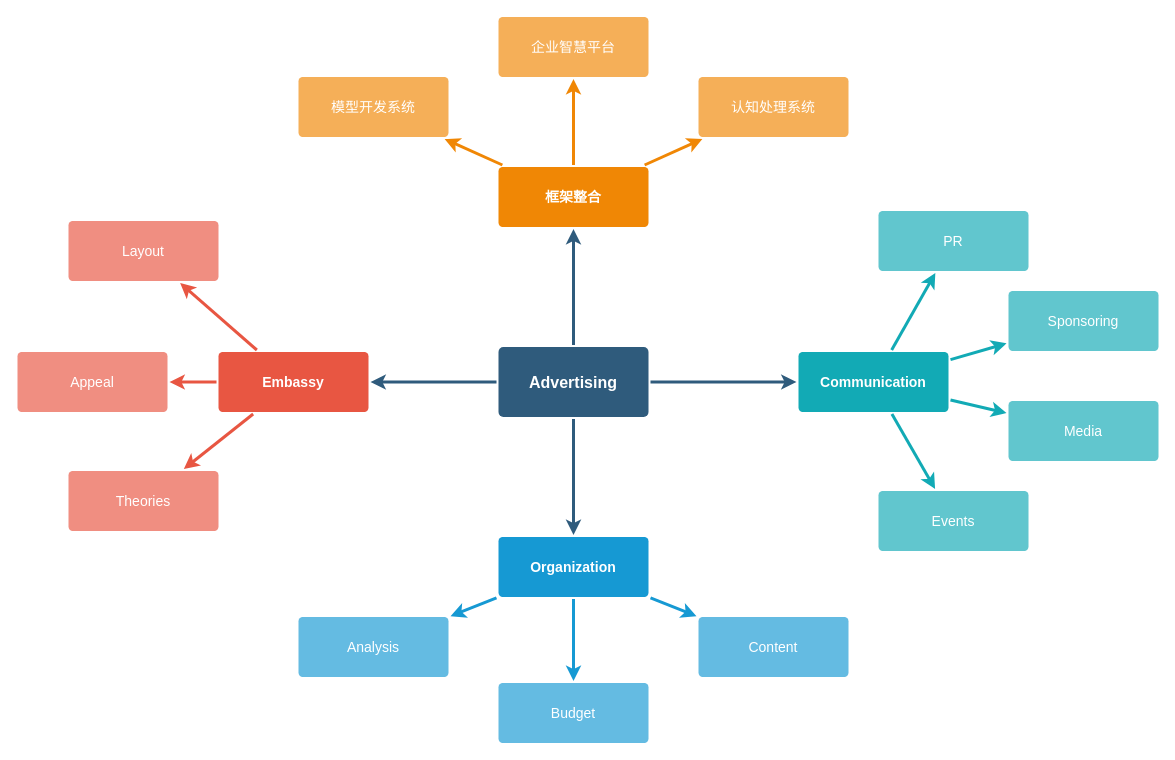
This is 未命名绘图.drawio from YuanFeis/drowio, a draw.io file, before an edit. Source tidied: cells renumbered, new cells numbered last; positions are measured from the earlier drawing's top-left corner, leaving out a move shared by most shapes. Both pictures are drawn from the tidied source at 100%, with x=0, y=0 at pixel (17, 16).
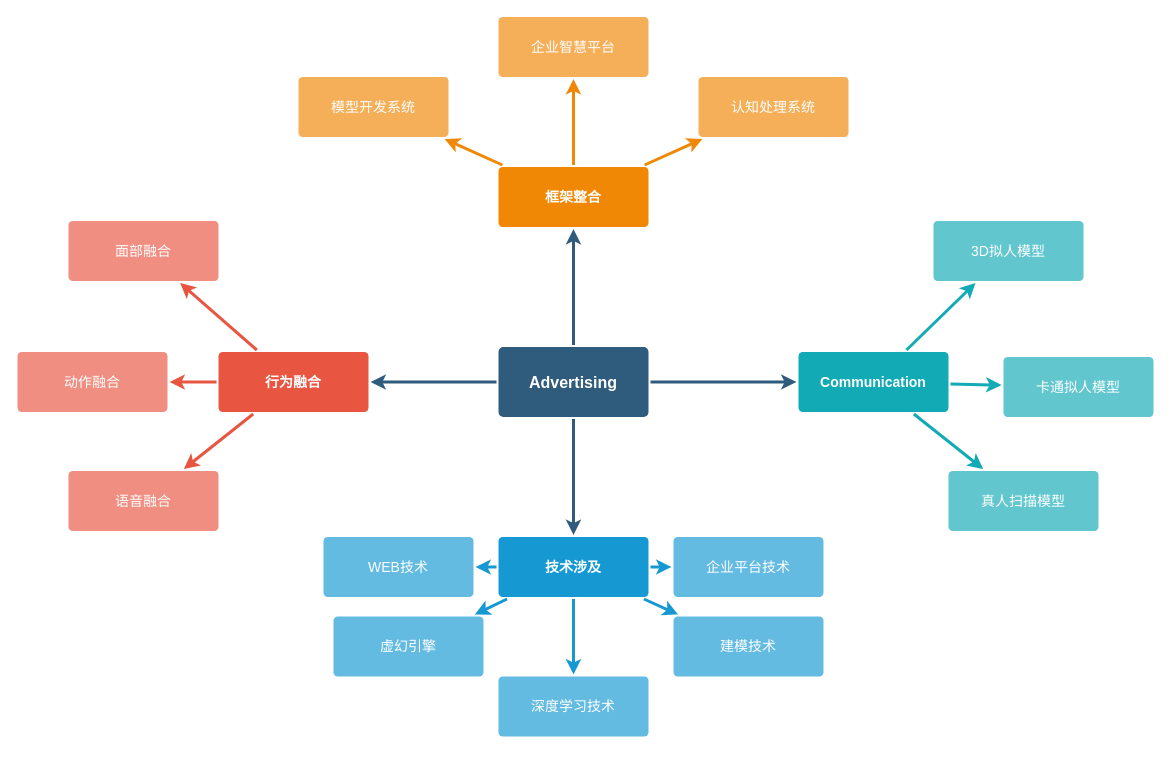
The same diagram, later.

Commit message (it also covers changes not shown here):
更新未命名绘图.drawio

The change refers to these unchanged cells:
```xml
<mxCell id="28" value="Communication" style="rounded=1;whiteSpace=wrap;html=1;shadow=0;labelBackgroundColor=none;strokeColor=none;strokeWidth=3;fillColor=#12aab5;fontFamily=Helvetica;fontSize=14;fontColor=#FFFFFF;align=center;spacing=5;fontStyle=1;arcSize=7;perimeterSpacing=2;" parent="1" vertex="1">
  <mxGeometry x="781" y="335.5" width="150" height="60" as="geometry" />
</mxCell>
```

The edit, as a diff of the source:
```diff
@@
-    <mxCell id="10" value="Embassy" style="rounded=1;whiteSpace=wrap;html=1;shadow=0;labelBackgroundColor=none;strokeColor=none;strokeWidth=3;fillColor=#e85642;fontFamily=Helvetica;fontSize=14;fontColor=#FFFFFF;align=center;spacing=5;fontStyle=1;arcSize=7;perimeterSpacing=2;" parent="1" vertex="1">
+    <mxCell id="10" value="行为融合" style="rounded=1;whiteSpace=wrap;html=1;shadow=0;labelBackgroundColor=none;strokeColor=none;strokeWidth=3;fillColor=#e85642;fontFamily=Helvetica;fontSize=14;fontColor=#FFFFFF;align=center;spacing=5;fontStyle=1;arcSize=7;perimeterSpacing=2;" parent="1" vertex="1">
       <mxGeometry x="201" y="335.5" width="150" height="60" as="geometry" />
     </mxCell>
-    <mxCell id="11" value="Theories" style="rounded=1;whiteSpace=wrap;html=1;shadow=0;labelBackgroundColor=none;strokeColor=none;strokeWidth=3;fillColor=#f08e81;fontFamily=Helvetica;fontSize=14;fontColor=#FFFFFF;align=center;spacing=5;fontStyle=0;arcSize=7;perimeterSpacing=2;" parent="1" vertex="1">
+    <mxCell id="11" value="语音融合" style="rounded=1;whiteSpace=wrap;html=1;shadow=0;labelBackgroundColor=none;strokeColor=none;strokeWidth=3;fillColor=#f08e81;fontFamily=Helvetica;fontSize=14;fontColor=#FFFFFF;align=center;spacing=5;fontStyle=0;arcSize=7;perimeterSpacing=2;" parent="1" vertex="1">
       <mxGeometry x="51" y="454.5" width="150" height="60" as="geometry" />
     </mxCell>
-    <mxCell id="12" value="Appeal" style="rounded=1;whiteSpace=wrap;html=1;shadow=0;labelBackgroundColor=none;strokeColor=none;strokeWidth=3;fillColor=#f08e81;fontFamily=Helvetica;fontSize=14;fontColor=#FFFFFF;align=center;spacing=5;fontStyle=0;arcSize=7;perimeterSpacing=2;" parent="1" vertex="1">
+    <mxCell id="12" value="动作融合" style="rounded=1;whiteSpace=wrap;html=1;shadow=0;labelBackgroundColor=none;strokeColor=none;strokeWidth=3;fillColor=#f08e81;fontFamily=Helvetica;fontSize=14;fontColor=#FFFFFF;align=center;spacing=5;fontStyle=0;arcSize=7;perimeterSpacing=2;" parent="1" vertex="1">
       <mxGeometry y="335.5" width="150" height="60" as="geometry" />
     </mxCell>
-    <mxCell id="13" value="Layout" style="rounded=1;whiteSpace=wrap;html=1;shadow=0;labelBackgroundColor=none;strokeColor=none;strokeWidth=3;fillColor=#f08e81;fontFamily=Helvetica;fontSize=14;fontColor=#FFFFFF;align=center;spacing=5;fontStyle=0;arcSize=7;perimeterSpacing=2;" parent="1" vertex="1">
+    <mxCell id="13" value="面部融合" style="rounded=1;whiteSpace=wrap;html=1;shadow=0;labelBackgroundColor=none;strokeColor=none;strokeWidth=3;fillColor=#f08e81;fontFamily=Helvetica;fontSize=14;fontColor=#FFFFFF;align=center;spacing=5;fontStyle=0;arcSize=7;perimeterSpacing=2;" parent="1" vertex="1">
       <mxGeometry x="51" y="204.5" width="150" height="60" as="geometry" />
     </mxCell>
@@
-    <mxCell id="17" value="Organization" style="rounded=1;whiteSpace=wrap;html=1;shadow=0;labelBackgroundColor=none;strokeColor=none;strokeWidth=3;fillColor=#1699d3;fontFamily=Helvetica;fontSize=14;fontColor=#FFFFFF;align=center;spacing=5;fontStyle=1;arcSize=7;perimeterSpacing=2;" parent="1" vertex="1">
+    <mxCell id="17" value="技术涉及" style="rounded=1;whiteSpace=wrap;html=1;shadow=0;labelBackgroundColor=none;strokeColor=none;strokeWidth=3;fillColor=#1699d3;fontFamily=Helvetica;fontSize=14;fontColor=#FFFFFF;align=center;spacing=5;fontStyle=1;arcSize=7;perimeterSpacing=2;" parent="1" vertex="1">
       <mxGeometry x="481" y="520.5" width="150" height="60" as="geometry" />
     </mxCell>
-    <mxCell id="18" value="Content" style="rounded=1;whiteSpace=wrap;html=1;shadow=0;labelBackgroundColor=none;strokeColor=none;strokeWidth=3;fillColor=#64bbe2;fontFamily=Helvetica;fontSize=14;fontColor=#FFFFFF;align=center;spacing=5;arcSize=7;perimeterSpacing=2;" parent="1" vertex="1">
-      <mxGeometry x="681" y="600.5" width="150" height="60" as="geometry" />
+    <mxCell id="18" value="建模技术" style="rounded=1;whiteSpace=wrap;html=1;shadow=0;labelBackgroundColor=none;strokeColor=none;strokeWidth=3;fillColor=#64bbe2;fontFamily=Helvetica;fontSize=14;fontColor=#FFFFFF;align=center;spacing=5;arcSize=7;perimeterSpacing=2;" parent="1" vertex="1">
+      <mxGeometry x="656" y="600" width="150" height="60" as="geometry" />
     </mxCell>
-    <mxCell id="19" value="Budget" style="rounded=1;whiteSpace=wrap;html=1;shadow=0;labelBackgroundColor=none;strokeColor=none;strokeWidth=3;fillColor=#64bbe2;fontFamily=Helvetica;fontSize=14;fontColor=#FFFFFF;align=center;spacing=5;arcSize=7;perimeterSpacing=2;" parent="1" vertex="1">
-      <mxGeometry x="481" y="666.5" width="150" height="60" as="geometry" />
+    <mxCell id="19" value="深度学习技术" style="rounded=1;whiteSpace=wrap;html=1;shadow=0;labelBackgroundColor=none;strokeColor=none;strokeWidth=3;fillColor=#64bbe2;fontFamily=Helvetica;fontSize=14;fontColor=#FFFFFF;align=center;spacing=5;arcSize=7;perimeterSpacing=2;" parent="1" vertex="1">
+      <mxGeometry x="481" y="660" width="150" height="60" as="geometry" />
     </mxCell>
-    <mxCell id="20" value="Analysis" style="rounded=1;whiteSpace=wrap;html=1;shadow=0;labelBackgroundColor=none;strokeColor=none;strokeWidth=3;fillColor=#64bbe2;fontFamily=Helvetica;fontSize=14;fontColor=#FFFFFF;align=center;spacing=5;arcSize=7;perimeterSpacing=2;" parent="1" vertex="1">
-      <mxGeometry x="281" y="600.5" width="150" height="60" as="geometry" />
+    <mxCell id="20" value="虚幻引擎" style="rounded=1;whiteSpace=wrap;html=1;shadow=0;labelBackgroundColor=none;strokeColor=none;strokeWidth=3;fillColor=#64bbe2;fontFamily=Helvetica;fontSize=14;fontColor=#FFFFFF;align=center;spacing=5;arcSize=7;perimeterSpacing=2;" parent="1" vertex="1">
+      <mxGeometry x="316" y="600" width="150" height="60" as="geometry" />
     </mxCell>
@@
-    <mxCell id="29" value="Events" style="rounded=1;whiteSpace=wrap;html=1;shadow=0;labelBackgroundColor=none;strokeColor=none;strokeWidth=3;fillColor=#61c6ce;fontFamily=Helvetica;fontSize=14;fontColor=#FFFFFF;align=center;spacing=5;fontStyle=0;arcSize=7;perimeterSpacing=2;" parent="1" vertex="1">
-      <mxGeometry x="861" y="474.5" width="150" height="60" as="geometry" />
+    <mxCell id="29" value="真人扫描模型" style="rounded=1;whiteSpace=wrap;html=1;shadow=0;labelBackgroundColor=none;strokeColor=none;strokeWidth=3;fillColor=#61c6ce;fontFamily=Helvetica;fontSize=14;fontColor=#FFFFFF;align=center;spacing=5;fontStyle=0;arcSize=7;perimeterSpacing=2;" parent="1" vertex="1">
+      <mxGeometry x="931" y="454.5" width="150" height="60" as="geometry" />
     </mxCell>
@@
-    <mxCell id="31" value="Media" style="rounded=1;whiteSpace=wrap;html=1;shadow=0;labelBackgroundColor=none;strokeColor=none;strokeWidth=3;fillColor=#61c6ce;fontFamily=Helvetica;fontSize=14;fontColor=#FFFFFF;align=center;spacing=5;fontStyle=0;arcSize=7;perimeterSpacing=2;" parent="1" vertex="1">
-      <mxGeometry x="991" y="384.5" width="150" height="60" as="geometry" />
+    <mxCell id="31" value="卡通拟人模型" style="rounded=1;whiteSpace=wrap;html=1;shadow=0;labelBackgroundColor=none;strokeColor=none;strokeWidth=3;fillColor=#61c6ce;fontFamily=Helvetica;fontSize=14;fontColor=#FFFFFF;align=center;spacing=5;fontStyle=0;arcSize=7;perimeterSpacing=2;" parent="1" vertex="1">
+      <mxGeometry x="986" y="340.5" width="150" height="60" as="geometry" />
     </mxCell>
@@
-    <mxCell id="33" value="Sponsoring" style="rounded=1;whiteSpace=wrap;html=1;shadow=0;labelBackgroundColor=none;strokeColor=none;strokeWidth=3;fillColor=#61c6ce;fontFamily=Helvetica;fontSize=14;fontColor=#FFFFFF;align=center;spacing=5;fontStyle=0;arcSize=7;perimeterSpacing=2;" parent="1" vertex="1">
-      <mxGeometry x="991" y="274.5" width="150" height="60" as="geometry" />
-    </mxCell>
-    <mxCell id="34" style="edgeStyle=none;rounded=1;jumpStyle=none;html=1;shadow=0;labelBackgroundColor=none;startArrow=none;startFill=0;jettySize=auto;strokeColor=#12AAB5;strokeWidth=3;fontFamily=Helvetica;fontSize=14;fontColor=#FFFFFF;spacing=5;fontStyle=1;fillColor=#b0e3e6;" parent="1" edge="1" source="28" target="33">
-      <mxGeometry relative="1" as="geometry" />
-    </mxCell>
-    <mxCell id="35" value="PR" style="rounded=1;whiteSpace=wrap;html=1;shadow=0;labelBackgroundColor=none;strokeColor=none;strokeWidth=3;fillColor=#61c6ce;fontFamily=Helvetica;fontSize=14;fontColor=#FFFFFF;align=center;spacing=5;fontStyle=0;arcSize=7;perimeterSpacing=2;" parent="1" vertex="1">
-      <mxGeometry x="861" y="194.5" width="150" height="60" as="geometry" />
+    <mxCell id="35" value="3D拟人模型" style="rounded=1;whiteSpace=wrap;html=1;shadow=0;labelBackgroundColor=none;strokeColor=none;strokeWidth=3;fillColor=#61c6ce;fontFamily=Helvetica;fontSize=14;fontColor=#FFFFFF;align=center;spacing=5;fontStyle=0;arcSize=7;perimeterSpacing=2;" parent="1" vertex="1">
+      <mxGeometry x="916" y="204.5" width="150" height="60" as="geometry" />
     </mxCell>
@@
+    <mxCell id="37" value="WEB技术" style="rounded=1;whiteSpace=wrap;html=1;shadow=0;labelBackgroundColor=none;strokeColor=none;strokeWidth=3;fillColor=#64bbe2;fontFamily=Helvetica;fontSize=14;fontColor=#FFFFFF;align=center;spacing=5;arcSize=7;perimeterSpacing=2;" parent="1" vertex="1">
+      <mxGeometry x="306" y="520.5" width="150" height="60" as="geometry" />
+    </mxCell>
+    <mxCell id="38" value="企业平台技术" style="rounded=1;whiteSpace=wrap;html=1;shadow=0;labelBackgroundColor=none;strokeColor=none;strokeWidth=3;fillColor=#64bbe2;fontFamily=Helvetica;fontSize=14;fontColor=#FFFFFF;align=center;spacing=5;arcSize=7;perimeterSpacing=2;" parent="1" vertex="1">
+      <mxGeometry x="656" y="520.5" width="150" height="60" as="geometry" />
+    </mxCell>
+    <mxCell id="39" style="edgeStyle=none;rounded=0;jumpStyle=none;html=1;shadow=0;labelBackgroundColor=none;startArrow=none;startFill=0;endArrow=classic;endFill=1;jettySize=auto;strokeColor=#1699D3;strokeWidth=3;fontFamily=Helvetica;fontSize=14;fontColor=#FFFFFF;spacing=5;entryX=0;entryY=0.5;entryDx=0;entryDy=0;exitX=1;exitY=0.5;exitDx=0;exitDy=0;" parent="1" edge="1" source="17" target="38">
+      <mxGeometry relative="1" as="geometry" />
+    </mxCell>
+    <mxCell id="40" style="edgeStyle=none;rounded=0;jumpStyle=none;html=1;shadow=0;labelBackgroundColor=none;startArrow=none;startFill=0;endArrow=classic;endFill=1;jettySize=auto;strokeColor=#1699D3;strokeWidth=3;fontFamily=Helvetica;fontSize=14;fontColor=#FFFFFF;spacing=5;exitX=0;exitY=0.5;exitDx=0;exitDy=0;entryX=1;entryY=0.5;entryDx=0;entryDy=0;" parent="1" edge="1" source="17" target="37">
+      <mxGeometry relative="1" as="geometry" />
+    </mxCell>
```
